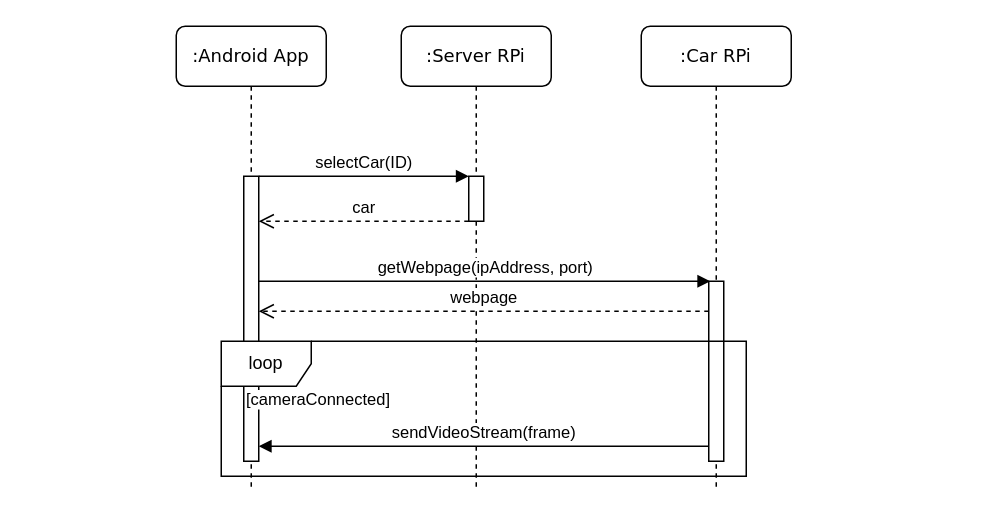
sysc3010-t3/docs keeps this draw.io diagram as design/diagrams/Design_Stream_Sequence.drawio. Above is the earlier version. Source tidied: cells renumbered, new cells numbered last; positions are measured from the earlier drawing's top-left corner, leaving out a move shared by most shapes. Both pictures are drawn from the tidied source at 150%, with x=0, y=0 at pixel (176, 26).
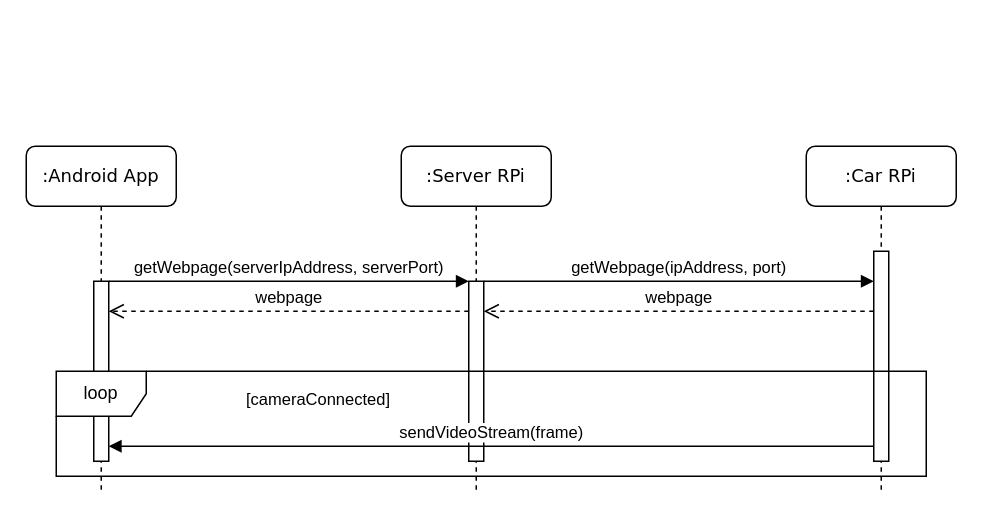
After the change.

Commit message (it also covers changes not shown here):
Update design report with latest changes

Diff of the diagram source:
```diff
@@
     <mxCell id="2" value=":Server RPi" style="shape=umlLifeline;perimeter=lifelinePerimeter;whiteSpace=wrap;html=1;rounded=1;shadow=0;comic=0;labelBackgroundColor=none;strokeColor=#000000;strokeWidth=1;fillColor=#FFFFFF;fontFamily=Verdana;fontSize=12;fontColor=#000000;align=center;" parent="1" vertex="1">
-      <mxGeometry x="150" width="100" height="310" as="geometry" />
+      <mxGeometry x="150" y="80" width="100" height="230" as="geometry" />
     </mxCell>
     <mxCell id="3" style="html=1;points=[];perimeter=orthogonalPerimeter;rounded=0;shadow=0;comic=0;labelBackgroundColor=none;strokeColor=#000000;strokeWidth=1;fillColor=#FFFFFF;fontFamily=Verdana;fontSize=12;fontColor=#000000;align=center;" parent="2" vertex="1">
-      <mxGeometry x="45" y="100" width="10" height="30" as="geometry" />
+      <mxGeometry x="45" y="90" width="10" height="120" as="geometry" />
     </mxCell>
     <mxCell id="4" value=":Android App" style="shape=umlLifeline;perimeter=lifelinePerimeter;whiteSpace=wrap;html=1;rounded=1;shadow=0;comic=0;labelBackgroundColor=none;strokeColor=#000000;strokeWidth=1;fillColor=#FFFFFF;fontFamily=Verdana;fontSize=12;fontColor=#000000;align=center;" parent="1" vertex="1">
-      <mxGeometry width="100" height="310" as="geometry" />
+      <mxGeometry x="-100" y="80" width="100" height="230" as="geometry" />
     </mxCell>
     <mxCell id="5" style="html=1;points=[];perimeter=orthogonalPerimeter;rounded=0;shadow=0;comic=0;labelBackgroundColor=none;strokeColor=#000000;strokeWidth=1;fillColor=#FFFFFF;fontFamily=Verdana;fontSize=12;fontColor=#000000;align=center;" parent="4" vertex="1">
-      <mxGeometry x="45" y="100" width="10" height="190" as="geometry" />
+      <mxGeometry x="45" y="90" width="10" height="120" as="geometry" />
     </mxCell>
-    <mxCell id="6" value="&lt;div&gt;selectCar(ID)&lt;/div&gt;" style="html=1;verticalAlign=bottom;endArrow=block;labelBackgroundColor=none;fontFamily=Helvetica;fontSize=11;edgeStyle=elbowEdgeStyle;elbow=vertical;" parent="1" edge="1" source="5" target="3">
-      <mxGeometry relative="1" as="geometry">
-        <Array as="points">
-          <mxPoint x="170" y="100" />
-        </Array>
-      </mxGeometry>
-    </mxCell>
     <mxCell id="7" value=":Car RPi" style="shape=umlLifeline;perimeter=lifelinePerimeter;whiteSpace=wrap;html=1;rounded=1;shadow=0;comic=0;labelBackgroundColor=none;strokeColor=#000000;strokeWidth=1;fillColor=#FFFFFF;fontFamily=Verdana;fontSize=12;fontColor=#000000;align=center;" parent="1" vertex="1">
-      <mxGeometry x="310" width="100" height="310" as="geometry" />
+      <mxGeometry x="420" y="80" width="100" height="230" as="geometry" />
     </mxCell>
     <mxCell id="8" style="html=1;points=[];perimeter=orthogonalPerimeter;rounded=0;shadow=0;comic=0;labelBackgroundColor=none;strokeColor=#000000;strokeWidth=1;fillColor=#FFFFFF;fontFamily=Helvetica;fontSize=11;fontColor=#000000;align=center;" parent="7" vertex="1">
-      <mxGeometry x="45" y="170" width="10" height="120" as="geometry" />
+      <mxGeometry x="45" y="70" width="10" height="140" as="geometry" />
     </mxCell>
-    <mxCell id="9" value="getWebpage(ipAddress, port)" style="html=1;verticalAlign=bottom;endArrow=block;labelBackgroundColor=#ffffff;fontFamily=Helvetica;fontSize=11;edgeStyle=elbowEdgeStyle;elbow=horizontal;" parent="1" edge="1" source="5">
+    <mxCell id="9" value="getWebpage(serverIpAddress, serverPort)" style="html=1;verticalAlign=bottom;endArrow=block;labelBackgroundColor=#ffffff;fontFamily=Helvetica;fontSize=11;edgeStyle=elbowEdgeStyle;elbow=horizontal;" parent="1" edge="1" source="5">
       <mxGeometry relative="1" as="geometry">
-        <mxPoint x="356" y="170" as="targetPoint" />
+        <mxPoint x="195" y="170" as="targetPoint" />
         <Array as="points">
           <mxPoint x="195" y="170" />
         </Array>
       </mxGeometry>
     </mxCell>
@@
-    <mxCell id="11" value="webpage" style="html=1;verticalAlign=bottom;endArrow=open;dashed=1;endSize=8;" parent="1" edge="1" source="8" target="5">
+    <mxCell id="11" value="webpage" style="html=1;verticalAlign=bottom;endArrow=open;dashed=1;endSize=8;" parent="1" edge="1" source="3" target="5">
       <mxGeometry relative="1" as="geometry">
         <Array as="points">
-          <mxPoint x="210" y="190" />
+          <mxPoint x="90" y="190" />
         </Array>
       </mxGeometry>
     </mxCell>
-    <mxCell id="12" value="car" style="html=1;verticalAlign=bottom;endArrow=open;dashed=1;endSize=8;labelBackgroundColor=#ffffff;" parent="1" edge="1" source="3" target="5">
-      <mxGeometry relative="1" as="geometry">
-        <Array as="points">
-          <mxPoint x="130" y="130" />
-        </Array>
-      </mxGeometry>
-    </mxCell>
     <mxCell id="13" value="loop" style="shape=umlFrame;whiteSpace=wrap;html=1;" parent="1" vertex="1">
-      <mxGeometry x="30" y="210" width="350" height="90" as="geometry" />
+      <mxGeometry x="-80" y="230" width="580" height="70" as="geometry" />
     </mxCell>
@@
+    <mxCell id="15" value="getWebpage(ipAddress, port)" style="html=1;verticalAlign=bottom;endArrow=block;labelBackgroundColor=#ffffff;fontFamily=Helvetica;fontSize=11;edgeStyle=elbowEdgeStyle;elbow=horizontal;" parent="1" edge="1" target="8">
+      <mxGeometry relative="1" as="geometry">
+        <mxPoint x="205" y="170" as="sourcePoint" />
+        <Array as="points">
+          <mxPoint x="385" y="170" />
+        </Array>
+      </mxGeometry>
+    </mxCell>
+    <mxCell id="16" value="webpage" style="html=1;verticalAlign=bottom;endArrow=open;dashed=1;endSize=8;" parent="1" edge="1" source="8">
+      <mxGeometry relative="1" as="geometry">
+        <mxPoint x="205" y="190" as="targetPoint" />
+        <Array as="points">
+          <mxPoint x="280" y="190" />
+        </Array>
+      </mxGeometry>
+    </mxCell>
```
